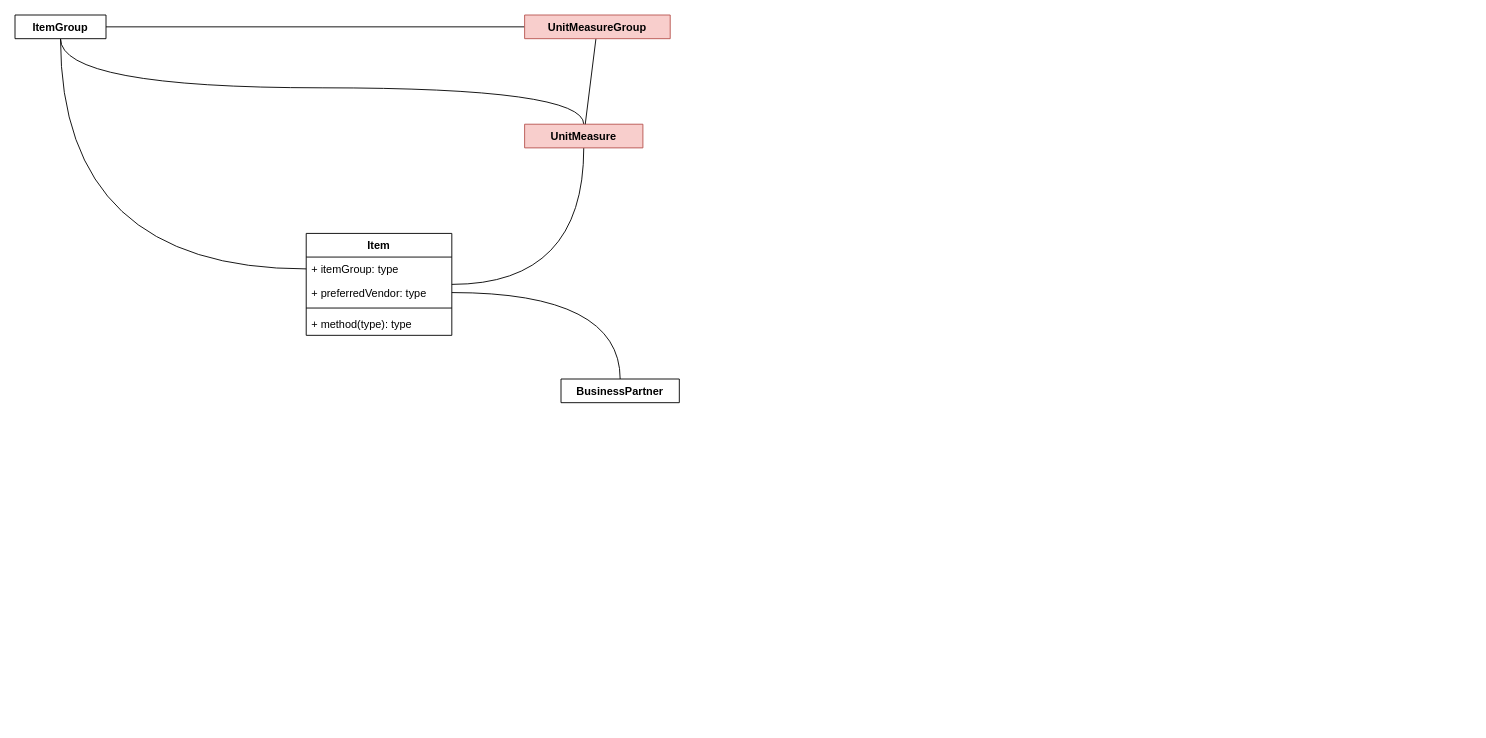
mancinelli/xFormz keeps this draw.io diagram as docs/class/inventory.drawio. Above is the earlier version. Source tidied: cells renumbered, new cells numbered last; positions are measured from the earlier drawing's top-left corner, leaving out a move shared by most shapes. Both pictures are drawn from the tidied source at 91%, with x=0, y=0 at pixel (15, 15).
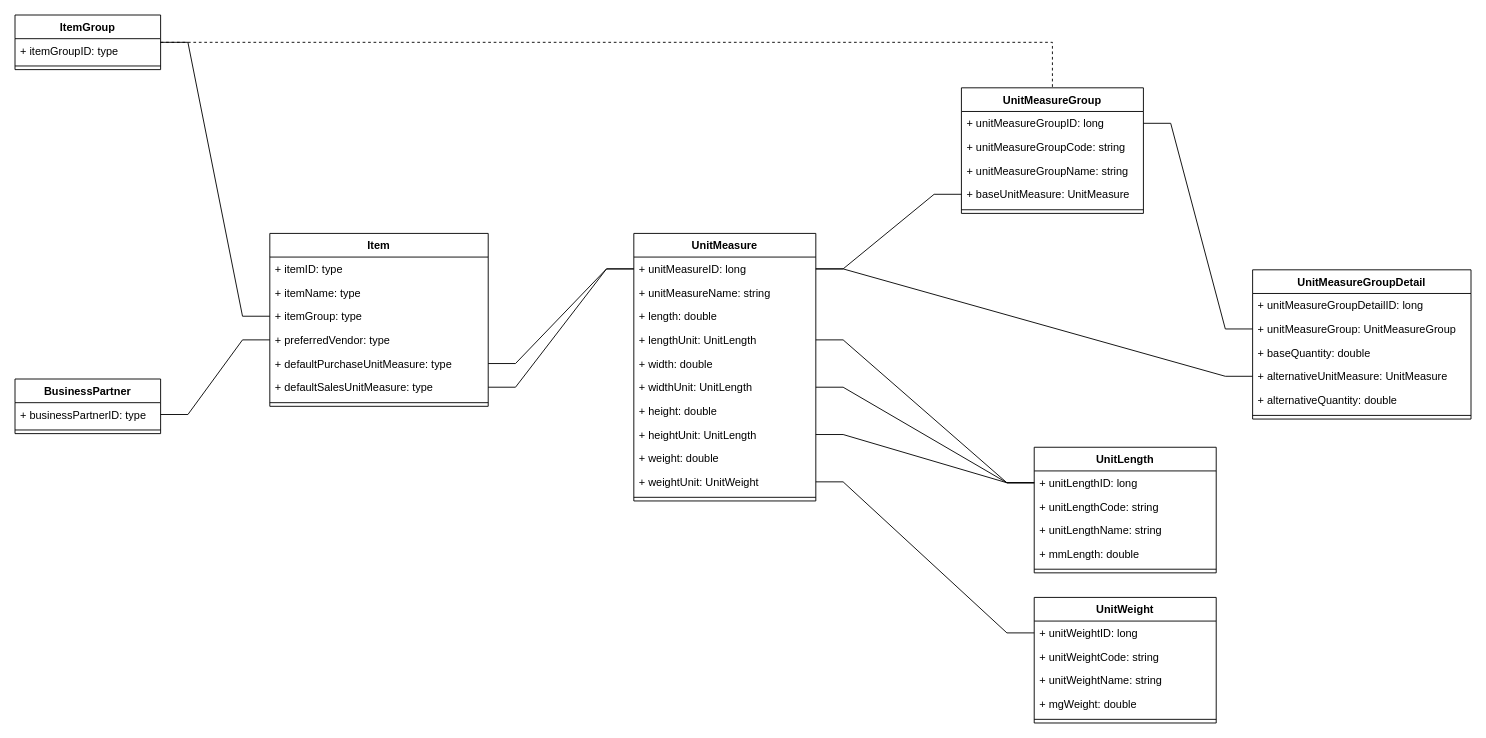
After the change.

What changed in the source:
```diff
@@
-    <mxCell id="2" style="edgeStyle=orthogonalEdgeStyle;rounded=0;jettySize=auto;html=1;endArrow=none;endFill=0;curved=1;" parent="1" edge="1" source="5" target="11">
+    <mxCell id="2" style="edgeStyle=entityRelationEdgeStyle;rounded=0;jettySize=auto;html=1;endArrow=none;endFill=0;" parent="1" edge="1" source="5" target="11">
       <mxGeometry relative="1" as="geometry" />
     </mxCell>
-    <mxCell id="3" style="edgeStyle=orthogonalEdgeStyle;rounded=0;jettySize=auto;html=1;endArrow=none;endFill=0;curved=1;" parent="1" edge="1" source="4" target="12">
+    <mxCell id="3" style="edgeStyle=entityRelationEdgeStyle;rounded=0;jettySize=auto;html=1;endArrow=none;endFill=0;" parent="1" edge="1" source="19" target="23">
       <mxGeometry relative="1" as="geometry" />
     </mxCell>
     <mxCell id="4" value="Item" style="swimlane;fontStyle=1;align=center;verticalAlign=top;horizontal=1;startSize=26;" parent="1" vertex="1">
-      <mxGeometry x="320" y="240" width="160" height="112" as="geometry" />
+      <mxGeometry x="280" y="240" width="240" height="190" as="geometry" />
     </mxCell>
+    <mxCell id="17" value="+ itemID: type" style="text;strokeColor=none;fillColor=none;align=left;verticalAlign=top;spacingLeft=4;spacingRight=4;overflow=hidden;" parent="4" vertex="1">
+      <mxGeometry y="26" width="240" height="26" as="geometry" />
+    </mxCell>
+    <mxCell id="18" value="+ itemName: type" style="text;strokeColor=none;fillColor=none;align=left;verticalAlign=top;spacingLeft=4;spacingRight=4;overflow=hidden;" parent="4" vertex="1">
+      <mxGeometry y="52" width="240" height="26" as="geometry" />
+    </mxCell>
     <mxCell id="5" value="+ itemGroup: type" style="text;strokeColor=none;fillColor=none;align=left;verticalAlign=top;spacingLeft=4;spacingRight=4;overflow=hidden;points=[[0,0.5],[1,0.5]];portConstraint=eastwest;" parent="4" vertex="1">
-      <mxGeometry y="26" width="160" height="26" as="geometry" />
+      <mxGeometry y="78" width="240" height="26" as="geometry" />
     </mxCell>
     <mxCell id="6" value="+ preferredVendor: type" style="text;strokeColor=none;fillColor=none;align=left;verticalAlign=top;spacingLeft=4;spacingRight=4;overflow=hidden;points=[[0,0.5],[1,0.5]];portConstraint=eastwest;" parent="4" vertex="1">
-      <mxGeometry y="52" width="160" height="26" as="geometry" />
+      <mxGeometry y="104" width="240" height="26" as="geometry" />
     </mxCell>
+    <mxCell id="19" value="+ defaultPurchaseUnitMeasure: type" style="text;strokeColor=none;fillColor=none;align=left;verticalAlign=top;spacingLeft=4;spacingRight=4;overflow=hidden;points=[[0,0.5],[1,0.5]];portConstraint=eastwest;" parent="4" vertex="1">
+      <mxGeometry y="130" width="240" height="26" as="geometry" />
+    </mxCell>
+    <mxCell id="20" value="+ defaultSalesUnitMeasure: type" style="text;strokeColor=none;fillColor=none;align=left;verticalAlign=top;spacingLeft=4;spacingRight=4;overflow=hidden;points=[[0,0.5],[1,0.5]];portConstraint=eastwest;" parent="4" vertex="1">
+      <mxGeometry y="156" width="240" height="26" as="geometry" />
+    </mxCell>
     <mxCell id="7" style="line;strokeWidth=1;fillColor=none;align=left;verticalAlign=middle;spacingTop=-1;spacingLeft=3;spacingRight=3;labelPosition=right;" parent="4" vertex="1">
-      <mxGeometry y="78" width="160" height="8" as="geometry" />
+      <mxGeometry y="182" width="240" height="8" as="geometry" />
     </mxCell>
-    <mxCell id="8" value="+ method(type): type" style="text;strokeColor=none;fillColor=none;align=left;verticalAlign=top;spacingLeft=4;spacingRight=4;overflow=hidden;" parent="4" vertex="1">
-      <mxGeometry y="86" width="160" height="26" as="geometry" />
-    </mxCell>
-    <mxCell id="9" style="edgeStyle=orthogonalEdgeStyle;rounded=0;jettySize=auto;html=1;endArrow=none;endFill=0;" parent="1" edge="1" source="11" target="14">
+    <mxCell id="9" style="edgeStyle=orthogonalEdgeStyle;rounded=0;jettySize=auto;html=1;endArrow=none;endFill=0;dashed=1;" parent="1" edge="1" source="11" target="14">
       <mxGeometry relative="1" as="geometry" />
     </mxCell>
-    <mxCell id="10" style="rounded=0;jettySize=auto;html=1;endArrow=none;endFill=0;edgeStyle=orthogonalEdgeStyle;curved=1;" parent="1" edge="1" source="11" target="12">
-      <mxGeometry relative="1" as="geometry">
-        <Array as="points">
-          <mxPoint x="50" y="80" />
-          <mxPoint x="625" y="80" />
-        </Array>
-      </mxGeometry>
-    </mxCell>
-    <mxCell id="11" value="ItemGroup" style="swimlane;fontStyle=1;align=center;verticalAlign=top;horizontal=1;startSize=26;" parent="1" vertex="1" collapsed="1">
-      <mxGeometry width="100" height="26" as="geometry" />
+    <mxCell id="11" value="ItemGroup" style="swimlane;fontStyle=1;align=center;verticalAlign=top;horizontal=1;startSize=26;" parent="1" vertex="1">
+      <mxGeometry width="160" height="60" as="geometry" />
     </mxCell>
+    <mxCell id="21" value="+ itemGroupID: type" style="text;strokeColor=none;fillColor=none;align=left;verticalAlign=top;spacingLeft=4;spacingRight=4;overflow=hidden;" parent="11" vertex="1">
+      <mxGeometry y="26" width="160" height="26" as="geometry" />
+    </mxCell>
+    <mxCell id="22" style="line;strokeWidth=1;fillColor=none;align=left;verticalAlign=middle;spacingTop=-1;spacingLeft=3;spacingRight=3;labelPosition=right;" parent="11" vertex="1">
+      <mxGeometry y="52" width="160" height="8" as="geometry" />
+    </mxCell>
-    <mxCell id="12" value="UnitMeasure" style="swimlane;fontStyle=1;align=center;verticalAlign=top;horizontal=1;startSize=26;fillColor=#f8cecc;strokeColor=#b85450;" parent="1" vertex="1" collapsed="1">
-      <mxGeometry x="560" y="120" width="130" height="26" as="geometry" />
+    <mxCell id="12" value="UnitMeasure" style="swimlane;fontStyle=1;align=center;verticalAlign=top;horizontal=1;startSize=26;" parent="1" vertex="1">
+      <mxGeometry x="680" y="240" width="200" height="294" as="geometry" />
     </mxCell>
-    <mxCell id="13" style="rounded=0;jettySize=auto;html=1;endArrow=none;endFill=0;" parent="1" edge="1" source="14" target="12">
-      <mxGeometry relative="1" as="geometry" />
-    </mxCell>
+    <mxCell id="23" value="+ unitMeasureID: long" style="text;strokeColor=none;fillColor=none;align=left;verticalAlign=top;spacingLeft=4;spacingRight=4;overflow=hidden;points=[[0,0.5],[1,0.5]];portConstraint=eastwest;" parent="12" vertex="1">
+      <mxGeometry y="26" width="200" height="26" as="geometry" />
+    </mxCell>
+    <mxCell id="24" value="+ unitMeasureName: string" style="text;strokeColor=none;fillColor=none;align=left;verticalAlign=top;spacingLeft=4;spacingRight=4;overflow=hidden;" parent="12" vertex="1">
+      <mxGeometry y="52" width="200" height="26" as="geometry" />
+    </mxCell>
+    <mxCell id="25" value="+ length: double" style="text;strokeColor=none;fillColor=none;align=left;verticalAlign=top;spacingLeft=4;spacingRight=4;overflow=hidden;" parent="12" vertex="1">
+      <mxGeometry y="78" width="200" height="26" as="geometry" />
+    </mxCell>
+    <mxCell id="26" value="+ lengthUnit: UnitLength" style="text;strokeColor=none;fillColor=none;align=left;verticalAlign=top;spacingLeft=4;spacingRight=4;overflow=hidden;points=[[0,0.5],[1,0.5]];portConstraint=eastwest;" parent="12" vertex="1">
+      <mxGeometry y="104" width="200" height="26" as="geometry" />
+    </mxCell>
+    <mxCell id="27" value="+ width: double" style="text;strokeColor=none;fillColor=none;align=left;verticalAlign=top;spacingLeft=4;spacingRight=4;overflow=hidden;" parent="12" vertex="1">
+      <mxGeometry y="130" width="200" height="26" as="geometry" />
+    </mxCell>
+    <mxCell id="28" value="+ widthUnit: UnitLength" style="text;strokeColor=none;fillColor=none;align=left;verticalAlign=top;spacingLeft=4;spacingRight=4;overflow=hidden;points=[[0,0.5],[1,0.5]];portConstraint=eastwest;" parent="12" vertex="1">
+      <mxGeometry y="156" width="200" height="26" as="geometry" />
+    </mxCell>
+    <mxCell id="29" value="+ height: double" style="text;strokeColor=none;fillColor=none;align=left;verticalAlign=top;spacingLeft=4;spacingRight=4;overflow=hidden;" parent="12" vertex="1">
+      <mxGeometry y="182" width="200" height="26" as="geometry" />
+    </mxCell>
+    <mxCell id="30" value="+ heightUnit: UnitLength" style="text;strokeColor=none;fillColor=none;align=left;verticalAlign=top;spacingLeft=4;spacingRight=4;overflow=hidden;points=[[0,0.5],[1,0.5]];portConstraint=eastwest;" parent="12" vertex="1">
+      <mxGeometry y="208" width="200" height="26" as="geometry" />
+    </mxCell>
+    <mxCell id="31" value="+ weight: double" style="text;strokeColor=none;fillColor=none;align=left;verticalAlign=top;spacingLeft=4;spacingRight=4;overflow=hidden;" parent="12" vertex="1">
+      <mxGeometry y="234" width="200" height="26" as="geometry" />
+    </mxCell>
+    <mxCell id="32" value="+ weightUnit: UnitWeight" style="text;strokeColor=none;fillColor=none;align=left;verticalAlign=top;spacingLeft=4;spacingRight=4;overflow=hidden;points=[[0,0.5],[1,0.5]];portConstraint=eastwest;" parent="12" vertex="1">
+      <mxGeometry y="260" width="200" height="26" as="geometry" />
+    </mxCell>
+    <mxCell id="33" style="line;strokeWidth=1;fillColor=none;align=left;verticalAlign=middle;spacingTop=-1;spacingLeft=3;spacingRight=3;labelPosition=right;" parent="12" vertex="1">
+      <mxGeometry y="286" width="200" height="8" as="geometry" />
+    </mxCell>
-    <mxCell id="14" value="UnitMeasureGroup" style="swimlane;fontStyle=1;align=center;verticalAlign=top;horizontal=1;startSize=26;fillColor=#f8cecc;strokeColor=#b85450;" parent="1" vertex="1" collapsed="1">
-      <mxGeometry x="560" width="160" height="26" as="geometry" />
+    <mxCell id="14" value="UnitMeasureGroup" style="swimlane;fontStyle=1;align=center;verticalAlign=top;horizontal=1;startSize=26;" parent="1" vertex="1">
+      <mxGeometry x="1040" y="80" width="200" height="138" as="geometry" />
     </mxCell>
+    <mxCell id="34" value="+ unitMeasureGroupID: long" style="text;strokeColor=none;fillColor=none;align=left;verticalAlign=top;spacingLeft=4;spacingRight=4;overflow=hidden;points=[[0,0.5],[1,0.5]];portConstraint=eastwest;" parent="14" vertex="1">
+      <mxGeometry y="26" width="200" height="26" as="geometry" />
+    </mxCell>
+    <mxCell id="35" value="+ unitMeasureGroupCode: string" style="text;strokeColor=none;fillColor=none;align=left;verticalAlign=top;spacingLeft=4;spacingRight=4;overflow=hidden;" parent="14" vertex="1">
+      <mxGeometry y="52" width="200" height="26" as="geometry" />
+    </mxCell>
+    <mxCell id="36" value="+ unitMeasureGroupName: string" style="text;strokeColor=none;fillColor=none;align=left;verticalAlign=top;spacingLeft=4;spacingRight=4;overflow=hidden;" parent="14" vertex="1">
+      <mxGeometry y="78" width="200" height="26" as="geometry" />
+    </mxCell>
+    <mxCell id="37" value="+ baseUnitMeasure: UnitMeasure" style="text;strokeColor=none;fillColor=none;align=left;verticalAlign=top;spacingLeft=4;spacingRight=4;overflow=hidden;points=[[0,0.5],[1,0.5]];portConstraint=eastwest;" parent="14" vertex="1">
+      <mxGeometry y="104" width="200" height="26" as="geometry" />
+    </mxCell>
+    <mxCell id="38" style="line;strokeWidth=1;fillColor=none;align=left;verticalAlign=middle;spacingTop=-1;spacingLeft=3;spacingRight=3;labelPosition=right;" parent="14" vertex="1">
+      <mxGeometry y="130" width="200" height="8" as="geometry" />
+    </mxCell>
-    <mxCell id="15" value="BusinessPartner" style="swimlane;fontStyle=1;align=center;verticalAlign=top;horizontal=1;startSize=26;" parent="1" vertex="1" collapsed="1">
-      <mxGeometry x="600" y="400" width="130" height="26" as="geometry" />
+    <mxCell id="15" value="BusinessPartner" style="swimlane;fontStyle=1;align=center;verticalAlign=top;horizontal=1;startSize=26;" parent="1" vertex="1">
+      <mxGeometry y="400" width="160" height="60" as="geometry" />
     </mxCell>
+    <mxCell id="39" value="+ businessPartnerID: type" style="text;strokeColor=none;fillColor=none;align=left;verticalAlign=top;spacingLeft=4;spacingRight=4;overflow=hidden;points=[[0,0.5],[1,0.5]];portConstraint=eastwest;" parent="15" vertex="1">
+      <mxGeometry y="26" width="160" height="26" as="geometry" />
+    </mxCell>
+    <mxCell id="40" style="line;strokeWidth=1;fillColor=none;align=left;verticalAlign=middle;spacingTop=-1;spacingLeft=3;spacingRight=3;labelPosition=right;" parent="15" vertex="1">
+      <mxGeometry y="52" width="160" height="8" as="geometry" />
+    </mxCell>
-    <mxCell id="16" style="edgeStyle=orthogonalEdgeStyle;rounded=0;jettySize=auto;html=1;endArrow=none;endFill=0;curved=1;" parent="1" edge="1" source="6" target="15">
+    <mxCell id="16" style="edgeStyle=entityRelationEdgeStyle;rounded=0;jettySize=auto;html=1;endArrow=none;endFill=0;" parent="1" edge="1" source="6" target="39">
       <mxGeometry relative="1" as="geometry" />
     </mxCell>
+    <mxCell id="41" style="edgeStyle=entityRelationEdgeStyle;rounded=0;jettySize=auto;html=1;endArrow=none;endFill=0;" parent="1" edge="1" source="20" target="23">
+      <mxGeometry relative="1" as="geometry" />
+    </mxCell>
+    <mxCell id="42" style="edgeStyle=entityRelationEdgeStyle;rounded=0;jettySize=auto;html=1;endArrow=none;endFill=0;" parent="1" edge="1" source="37" target="23">
+      <mxGeometry relative="1" as="geometry" />
+    </mxCell>
+    <mxCell id="43" value="UnitMeasureGroupDetail" style="swimlane;fontStyle=1;align=center;verticalAlign=top;horizontal=1;startSize=26;" parent="1" vertex="1">
+      <mxGeometry x="1360" y="280" width="240" height="164" as="geometry" />
+    </mxCell>
+    <mxCell id="44" value="+ unitMeasureGroupDetailID: long" style="text;strokeColor=none;fillColor=none;align=left;verticalAlign=top;spacingLeft=4;spacingRight=4;overflow=hidden;" parent="43" vertex="1">
+      <mxGeometry y="26" width="240" height="26" as="geometry" />
+    </mxCell>
+    <mxCell id="45" value="+ unitMeasureGroup: UnitMeasureGroup" style="text;strokeColor=none;fillColor=none;align=left;verticalAlign=top;spacingLeft=4;spacingRight=4;overflow=hidden;points=[[0,0.5],[1,0.5]];portConstraint=eastwest;" parent="43" vertex="1">
+      <mxGeometry y="52" width="240" height="26" as="geometry" />
+    </mxCell>
+    <mxCell id="46" value="+ baseQuantity: double" style="text;strokeColor=none;fillColor=none;align=left;verticalAlign=top;spacingLeft=4;spacingRight=4;overflow=hidden;" parent="43" vertex="1">
+      <mxGeometry y="78" width="240" height="26" as="geometry" />
+    </mxCell>
+    <mxCell id="47" value="+ alternativeUnitMeasure: UnitMeasure" style="text;strokeColor=none;fillColor=none;align=left;verticalAlign=top;spacingLeft=4;spacingRight=4;overflow=hidden;points=[[0,0.5],[1,0.5]];portConstraint=eastwest;" parent="43" vertex="1">
+      <mxGeometry y="104" width="240" height="26" as="geometry" />
+    </mxCell>
+    <mxCell id="48" value="+ alternativeQuantity: double" style="text;strokeColor=none;fillColor=none;align=left;verticalAlign=top;spacingLeft=4;spacingRight=4;overflow=hidden;" parent="43" vertex="1">
+      <mxGeometry y="130" width="240" height="26" as="geometry" />
+    </mxCell>
+    <mxCell id="49" style="line;strokeWidth=1;fillColor=none;align=left;verticalAlign=middle;spacingTop=-1;spacingLeft=3;spacingRight=3;labelPosition=right;" parent="43" vertex="1">
+      <mxGeometry y="156" width="240" height="8" as="geometry" />
+    </mxCell>
+    <mxCell id="50" style="edgeStyle=entityRelationEdgeStyle;rounded=0;jettySize=auto;html=1;endArrow=none;endFill=0;" parent="1" edge="1" source="45" target="34">
+      <mxGeometry relative="1" as="geometry" />
+    </mxCell>
+    <mxCell id="51" style="edgeStyle=entityRelationEdgeStyle;rounded=0;jettySize=auto;html=1;endArrow=none;endFill=0;" parent="1" edge="1" source="47" target="23">
+      <mxGeometry relative="1" as="geometry" />
+    </mxCell>
+    <mxCell id="52" value="UnitLength" style="swimlane;fontStyle=1;align=center;verticalAlign=top;horizontal=1;startSize=26;" parent="1" vertex="1">
+      <mxGeometry x="1120" y="475" width="200" height="138" as="geometry" />
+    </mxCell>
+    <mxCell id="53" value="+ unitLengthID: long" style="text;strokeColor=none;fillColor=none;align=left;verticalAlign=top;spacingLeft=4;spacingRight=4;overflow=hidden;points=[[0,0.5],[1,0.5]];portConstraint=eastwest;" parent="52" vertex="1">
+      <mxGeometry y="26" width="200" height="26" as="geometry" />
+    </mxCell>
+    <mxCell id="54" value="+ unitLengthCode: string" style="text;strokeColor=none;fillColor=none;align=left;verticalAlign=top;spacingLeft=4;spacingRight=4;overflow=hidden;" parent="52" vertex="1">
+      <mxGeometry y="52" width="200" height="26" as="geometry" />
+    </mxCell>
+    <mxCell id="55" value="+ unitLengthName: string" style="text;strokeColor=none;fillColor=none;align=left;verticalAlign=top;spacingLeft=4;spacingRight=4;overflow=hidden;" parent="52" vertex="1">
+      <mxGeometry y="78" width="200" height="26" as="geometry" />
+    </mxCell>
+    <mxCell id="56" value="+ mmLength: double" style="text;strokeColor=none;fillColor=none;align=left;verticalAlign=top;spacingLeft=4;spacingRight=4;overflow=hidden;" parent="52" vertex="1">
+      <mxGeometry y="104" width="200" height="26" as="geometry" />
+    </mxCell>
+    <mxCell id="57" style="line;strokeWidth=1;fillColor=none;align=left;verticalAlign=middle;spacingTop=-1;spacingLeft=3;spacingRight=3;labelPosition=right;" parent="52" vertex="1">
+      <mxGeometry y="130" width="200" height="8" as="geometry" />
+    </mxCell>
+    <mxCell id="58" style="edgeStyle=entityRelationEdgeStyle;rounded=0;jettySize=auto;html=1;endArrow=none;endFill=0;" parent="1" edge="1" source="26" target="53">
+      <mxGeometry relative="1" as="geometry" />
+    </mxCell>
+    <mxCell id="59" style="edgeStyle=entityRelationEdgeStyle;rounded=0;jettySize=auto;html=1;endArrow=none;endFill=0;" parent="1" edge="1" source="28" target="53">
+      <mxGeometry relative="1" as="geometry" />
+    </mxCell>
+    <mxCell id="60" value="UnitWeight" style="swimlane;fontStyle=1;align=center;verticalAlign=top;horizontal=1;startSize=26;" parent="1" vertex="1">
+      <mxGeometry x="1120" y="640" width="200" height="138" as="geometry" />
+    </mxCell>
+    <mxCell id="61" value="+ unitWeightID: long" style="text;strokeColor=none;fillColor=none;align=left;verticalAlign=top;spacingLeft=4;spacingRight=4;overflow=hidden;points=[[0,0.5],[1,0.5]];portConstraint=eastwest;" parent="60" vertex="1">
+      <mxGeometry y="26" width="200" height="26" as="geometry" />
+    </mxCell>
+    <mxCell id="62" value="+ unitWeightCode: string" style="text;strokeColor=none;fillColor=none;align=left;verticalAlign=top;spacingLeft=4;spacingRight=4;overflow=hidden;" parent="60" vertex="1">
+      <mxGeometry y="52" width="200" height="26" as="geometry" />
+    </mxCell>
+    <mxCell id="63" value="+ unitWeightName: string" style="text;strokeColor=none;fillColor=none;align=left;verticalAlign=top;spacingLeft=4;spacingRight=4;overflow=hidden;" parent="60" vertex="1">
+      <mxGeometry y="78" width="200" height="26" as="geometry" />
+    </mxCell>
+    <mxCell id="64" value="+ mgWeight: double" style="text;strokeColor=none;fillColor=none;align=left;verticalAlign=top;spacingLeft=4;spacingRight=4;overflow=hidden;" parent="60" vertex="1">
+      <mxGeometry y="104" width="200" height="26" as="geometry" />
+    </mxCell>
+    <mxCell id="65" style="line;strokeWidth=1;fillColor=none;align=left;verticalAlign=middle;spacingTop=-1;spacingLeft=3;spacingRight=3;labelPosition=right;" parent="60" vertex="1">
+      <mxGeometry y="130" width="200" height="8" as="geometry" />
+    </mxCell>
+    <mxCell id="66" style="edgeStyle=entityRelationEdgeStyle;rounded=0;jettySize=auto;html=1;endArrow=none;endFill=0;" parent="1" edge="1" source="30" target="53">
+      <mxGeometry relative="1" as="geometry" />
+    </mxCell>
+    <mxCell id="67" style="edgeStyle=entityRelationEdgeStyle;rounded=0;jettySize=auto;html=1;endArrow=none;endFill=0;" parent="1" edge="1" source="32" target="61">
+      <mxGeometry relative="1" as="geometry" />
+    </mxCell>
```
